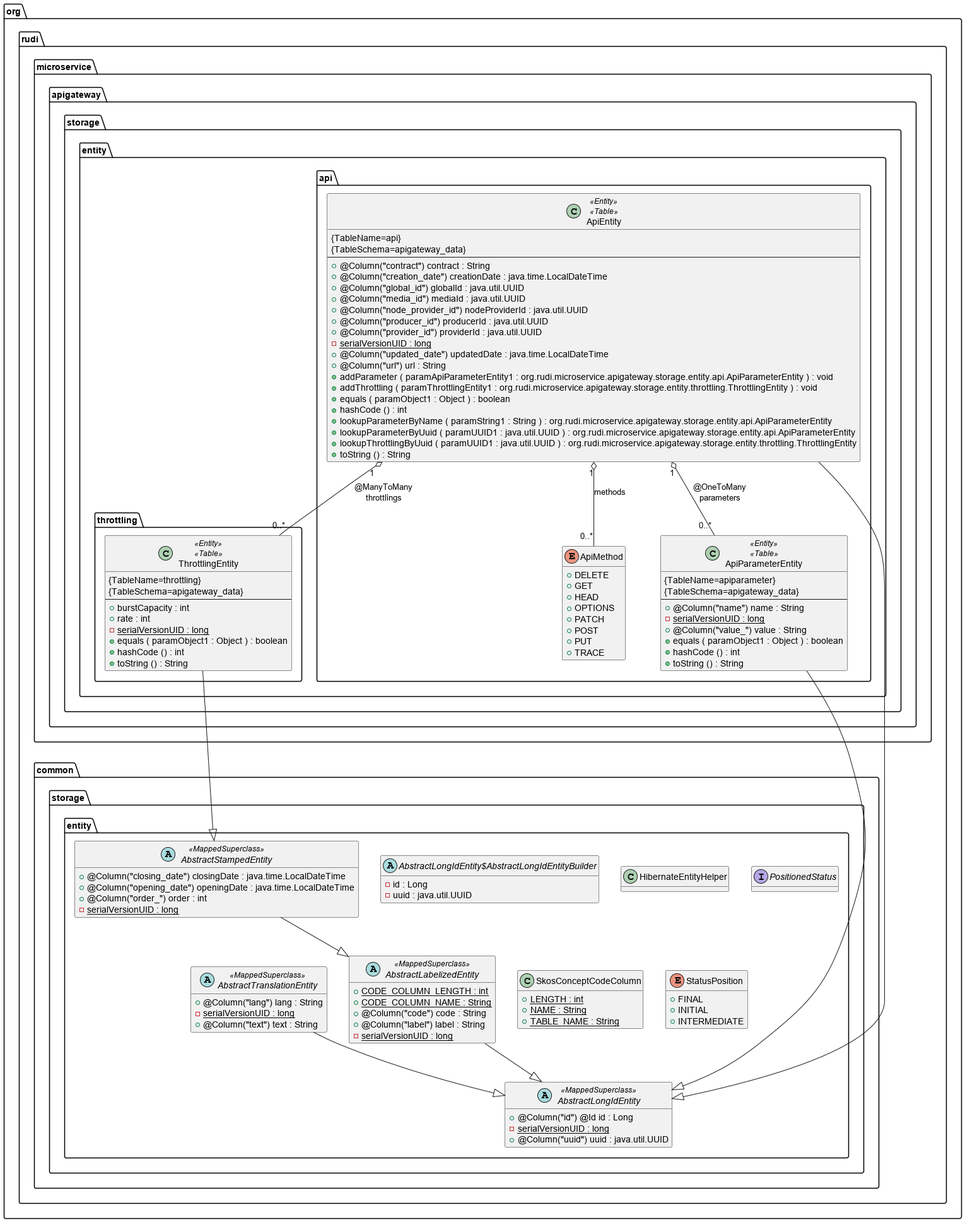
rudi-platform/rudi-portal keeps this PlantUML diagram as rudi-microservice/rudi-microservice-apigateway/readme/rudi-microservice-apigateway-storage-entities.png. Above is the earlier version.
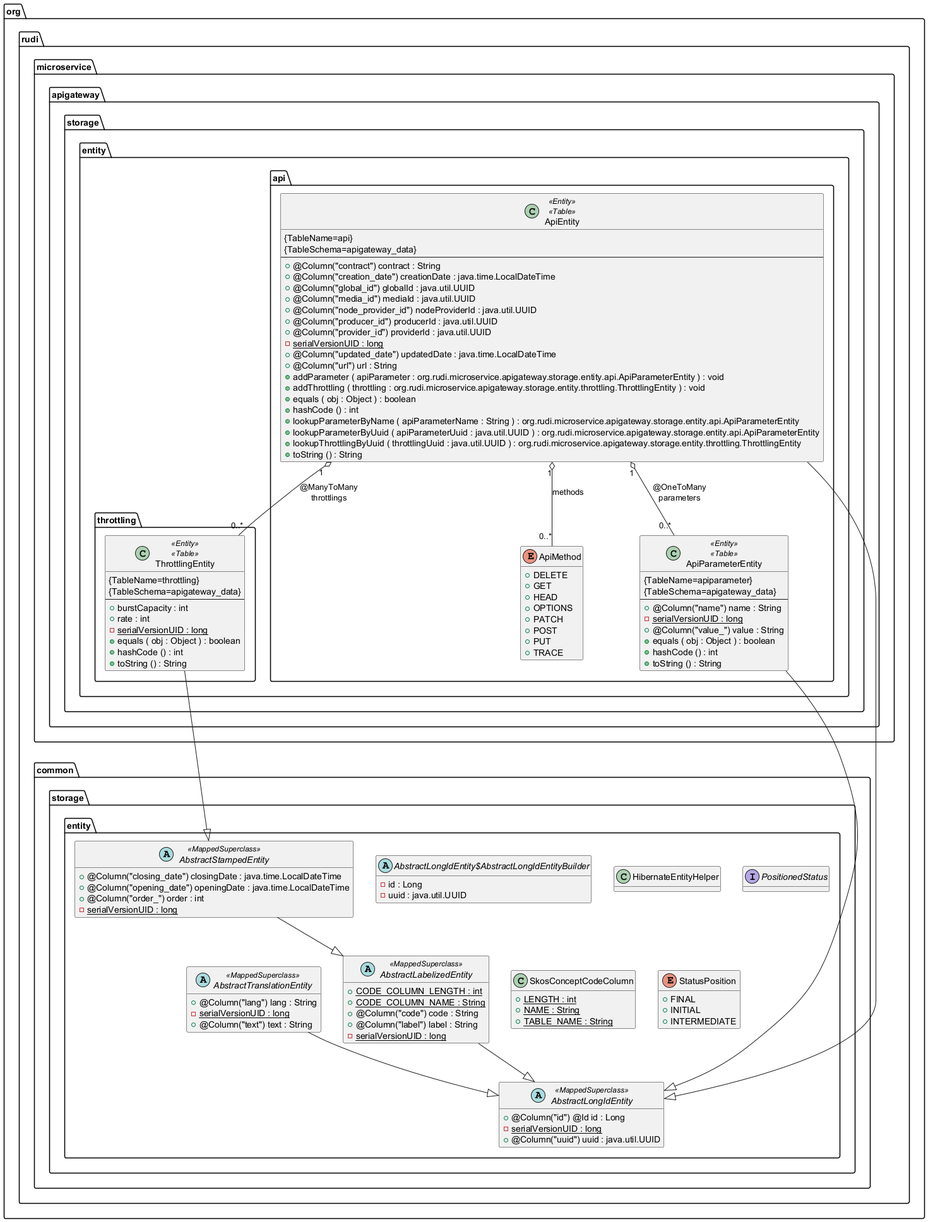
The same file after the commit.

Diff of the diagram source:
```diff
@@ -6,7 +6,7 @@
 	{field} +@Column("code") code : String
 	{field} +@Column("label") label : String
 	{field} {static} -serialVersionUID : long
-	{method} +equals ( paramObject1 : Object ) : boolean
+	{method} +equals ( obj : Object ) : boolean
 	{method} +hashCode () : int
 	{method} +toString () : String
 }
@@ -16,7 +16,7 @@
 	{field} +@Column("id") @Id id : Long
 	{field} {static} -serialVersionUID : long
 	{field} +@Column("uuid") uuid : java.util.UUID
-	{method} +equals ( paramObject1 : Object ) : boolean
+	{method} +equals ( obj : Object ) : boolean
 	{method} +hashCode () : int
 	{method} +toString () : String
 }
@@ -26,10 +26,10 @@
 	{field} -id : Long
 	{field} -uuid : java.util.UUID
 	{method}  {abstract} +build () : org.rudi.common.storage.entity.AbstractLongIdEntity
-	{method} +id ( paramLong1 : Long ) : org.rudi.common.storage.entity.AbstractLongIdEntity$AbstractLongIdEntityBuilder
+	{method} +id ( id : Long ) : org.rudi.common.storage.entity.AbstractLongIdEntity$AbstractLongIdEntityBuilder
 	{method}  {abstract} #self () : org.rudi.common.storage.entity.AbstractLongIdEntity$AbstractLongIdEntityBuilder
 	{method} +toString () : String
-	{method} +uuid ( paramUUID1 : java.util.UUID ) : org.rudi.common.storage.entity.AbstractLongIdEntity$AbstractLongIdEntityBuilder
+	{method} +uuid ( uuid : java.util.UUID ) : org.rudi.common.storage.entity.AbstractLongIdEntity$AbstractLongIdEntityBuilder
 }
 
 
@@ -38,7 +38,7 @@
 	{field} +@Column("opening_date") openingDate : java.time.LocalDateTime
 	{field} +@Column("order_") order : int
 	{field} {static} -serialVersionUID : long
-	{method} +equals ( paramObject1 : Object ) : boolean
+	{method} +equals ( obj : Object ) : boolean
 	{method} +hashCode () : int
 	{method} +toString () : String
 }
@@ -48,14 +48,14 @@
 	{field} +@Column("lang") lang : String
 	{field} {static} -serialVersionUID : long
 	{field} +@Column("text") text : String
-	{method} +equals ( paramObject1 : Object ) : boolean
+	{method} +equals ( obj : Object ) : boolean
 	{method} +hashCode () : int
 	{method} +toString () : String
 }
 
 
 class org.rudi.common.storage.entity.HibernateEntityHelper {
-	{method}  {static} +setCollection ( paramSupplier1 : java.util.function.Supplier , paramCollection2 : java.util.Collection ) : void
+	{method}  {static} +setCollection ( collectionGetter : java.util.function.Supplier , newCollection : java.util.Collection ) : void
 }
 
 
@@ -93,13 +93,13 @@
 	{field} {static} -serialVersionUID : long
 	{field} +@Column("updated_date") updatedDate : java.time.LocalDateTime
 	{field} +@Column("url") url : String
-	{method} +addParameter ( paramApiParameterEntity1 : org.rudi.microservice.apigateway.storage.entity.api.ApiParameterEntity ) : void
-	{method} +addThrottling ( paramThrottlingEntity1 : org.rudi.microservice.apigateway.storage.entity.throttling.ThrottlingEntity ) : void
-	{method} +equals ( paramObject1 : Object ) : boolean
+	{method} +addParameter ( apiParameter : org.rudi.microservice.apigateway.storage.entity.api.ApiParameterEntity ) : void
+	{method} +addThrottling ( throttling : org.rudi.microservice.apigateway.storage.entity.throttling.ThrottlingEntity ) : void
+	{method} +equals ( obj : Object ) : boolean
 	{method} +hashCode () : int
-	{method} +lookupParameterByName ( paramString1 : String ) : org.rudi.microservice.apigateway.storage.entity.api.ApiParameterEntity
-	{method} +lookupParameterByUuid ( paramUUID1 : java.util.UUID ) : org.rudi.microservice.apigateway.storage.entity.api.ApiParameterEntity
-	{method} +lookupThrottlingByUuid ( paramUUID1 : java.util.UUID ) : org.rudi.microservice.apigateway.storage.entity.throttling.ThrottlingEntity
+	{method} +lookupParameterByName ( apiParameterName : String ) : org.rudi.microservice.apigateway.storage.entity.api.ApiParameterEntity
+	{method} +lookupParameterByUuid ( apiParameterUuid : java.util.UUID ) : org.rudi.microservice.apigateway.storage.entity.api.ApiParameterEntity
+	{method} +lookupThrottlingByUuid ( throttlingUuid : java.util.UUID ) : org.rudi.microservice.apigateway.storage.entity.throttling.ThrottlingEntity
 	{method} +toString () : String
 }
 
@@ -123,7 +123,7 @@
 	{field} +@Column("name") name : String
 	{field} {static} -serialVersionUID : long
 	{field} +@Column("value_") value : String
-	{method} +equals ( paramObject1 : Object ) : boolean
+	{method} +equals ( obj : Object ) : boolean
 	{method} +hashCode () : int
 	{method} +toString () : String
 }
@@ -136,7 +136,7 @@
 	{field} +burstCapacity : int
 	{field} +rate : int
 	{field} {static} -serialVersionUID : long
-	{method} +equals ( paramObject1 : Object ) : boolean
+	{method} +equals ( obj : Object ) : boolean
 	{method} +hashCode () : int
 	{method} +toString () : String
 }
```
